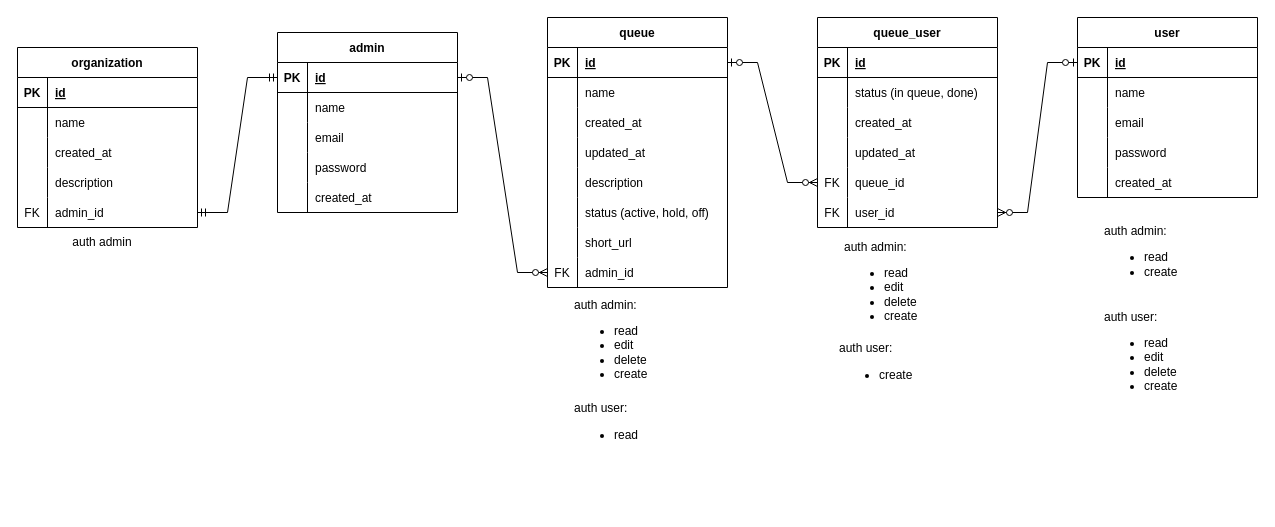
This is page "Page-2" (2 of 2) of antriin-erd.drawio from firdausraginda/antriin.id, a draw.io file, before an edit. Source tidied: cells renumbered, new cells numbered last; positions are measured from the earlier drawing's top-left corner, leaving out a move shared by most shapes. Both pictures are drawn from the tidied source at 100%, with x=0, y=0 at pixel (17, 17).
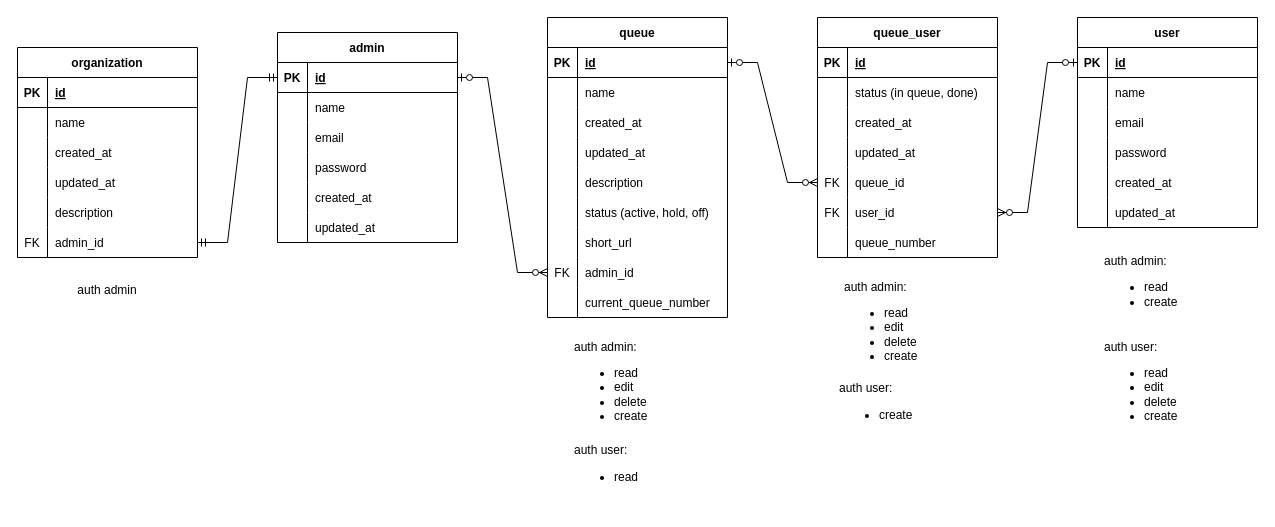
The same page after the edit.

Change to the diagram source:
```diff
@@
     <mxCell id="2" value="queue" style="shape=table;startSize=30;childLayout=tableLayout;rowLines=0;fontStyle=1;align=center;" parent="1" vertex="1">
-      <mxGeometry x="530" width="180" height="270" as="geometry" />
+      <mxGeometry x="530" width="180" height="300" as="geometry" />
     </mxCell>
@@
+    <mxCell id="105" style="shape=tableRow;horizontal=0;startSize=0;swimlaneHead=0;swimlaneBody=0;fillColor=none;top=0;left=0;right=0;bottom=0;" parent="2" vertex="1">
+      <mxGeometry y="270" width="180" height="30" as="geometry" />
+    </mxCell>
+    <mxCell id="106" style="shape=partialRectangle;fillColor=none;top=0;left=0;bottom=0;right=0;overflow=hidden;" parent="105" vertex="1">
+      <mxGeometry width="30" height="30" as="geometry" />
+    </mxCell>
+    <mxCell id="107" value="current_queue_number" style="shape=partialRectangle;fillColor=none;top=0;left=0;bottom=0;right=0;align=left;spacingLeft=6;overflow=hidden;" parent="105" vertex="1">
+      <mxGeometry x="30" width="150" height="30" as="geometry" />
+    </mxCell>
     <mxCell id="27" value="admin" style="shape=table;startSize=30;childLayout=tableLayout;rowLines=0;fontStyle=1;align=center;" parent="1" vertex="1">
-      <mxGeometry x="260" y="15" width="180" height="180" as="geometry" />
+      <mxGeometry x="260" y="15" width="180" height="210" as="geometry" />
     </mxCell>
@@
+    <mxCell id="108" style="shape=tableRow;horizontal=0;startSize=0;swimlaneHead=0;swimlaneBody=0;fillColor=none;top=0;left=0;right=0;bottom=0;" parent="27" vertex="1">
+      <mxGeometry y="180" width="180" height="30" as="geometry" />
+    </mxCell>
+    <mxCell id="109" style="shape=partialRectangle;fillColor=none;top=0;left=0;bottom=0;right=0;overflow=hidden;" parent="108" vertex="1">
+      <mxGeometry width="30" height="30" as="geometry" />
+    </mxCell>
+    <mxCell id="110" value="updated_at" style="shape=partialRectangle;fillColor=none;top=0;left=0;bottom=0;right=0;align=left;spacingLeft=6;overflow=hidden;" parent="108" vertex="1">
+      <mxGeometry x="30" width="150" height="30" as="geometry" />
+    </mxCell>
     <mxCell id="43" value="organization" style="shape=table;startSize=30;childLayout=tableLayout;rowLines=0;fontStyle=1;align=center;" parent="1" vertex="1">
-      <mxGeometry y="30" width="180" height="180" as="geometry" />
+      <mxGeometry y="30" width="180" height="210" as="geometry" />
     </mxCell>
@@
+    <mxCell id="111" style="shape=tableRow;horizontal=0;startSize=0;swimlaneHead=0;swimlaneBody=0;fillColor=none;top=0;left=0;right=0;bottom=0;" parent="43" vertex="1">
+      <mxGeometry y="120" width="180" height="30" as="geometry" />
+    </mxCell>
+    <mxCell id="112" style="shape=partialRectangle;fillColor=none;top=0;left=0;bottom=0;right=0;overflow=hidden;" parent="111" vertex="1">
+      <mxGeometry width="30" height="30" as="geometry" />
+    </mxCell>
+    <mxCell id="113" value="updated_at" style="shape=partialRectangle;fillColor=none;top=0;left=0;bottom=0;right=0;align=left;spacingLeft=6;overflow=hidden;" parent="111" vertex="1">
+      <mxGeometry x="30" width="150" height="30" as="geometry" />
+    </mxCell>
     <mxCell id="53" style="shape=tableRow;horizontal=0;startSize=0;swimlaneHead=0;swimlaneBody=0;fillColor=none;top=0;left=0;right=0;bottom=0;" parent="43" vertex="1">
-      <mxGeometry y="120" width="180" height="30" as="geometry" />
+      <mxGeometry y="150" width="180" height="30" as="geometry" />
     </mxCell>
@@
     <mxCell id="56" style="shape=tableRow;horizontal=0;startSize=0;swimlaneHead=0;swimlaneBody=0;fillColor=none;points=[[0,0.5],[1,0.5]];portConstraint=eastwest;top=0;left=0;right=0;bottom=0;" parent="43" vertex="1">
-      <mxGeometry y="150" width="180" height="30" as="geometry" />
+      <mxGeometry y="180" width="180" height="30" as="geometry" />
     </mxCell>
@@
     <mxCell id="59" value="user" style="shape=table;startSize=30;childLayout=tableLayout;rowLines=0;fontStyle=1;align=center;" parent="1" vertex="1">
-      <mxGeometry x="1060" width="180" height="180" as="geometry" />
+      <mxGeometry x="1060" width="180" height="210" as="geometry" />
     </mxCell>
@@
+    <mxCell id="114" style="shape=tableRow;horizontal=0;startSize=0;swimlaneHead=0;swimlaneBody=0;fillColor=none;top=0;left=0;right=0;bottom=0;" parent="59" vertex="1">
+      <mxGeometry y="180" width="180" height="30" as="geometry" />
+    </mxCell>
+    <mxCell id="115" style="shape=partialRectangle;fillColor=none;top=0;left=0;bottom=0;right=0;overflow=hidden;" parent="114" vertex="1">
+      <mxGeometry width="30" height="30" as="geometry" />
+    </mxCell>
+    <mxCell id="116" value="updated_at" style="shape=partialRectangle;fillColor=none;top=0;left=0;bottom=0;right=0;align=left;spacingLeft=6;overflow=hidden;" parent="114" vertex="1">
+      <mxGeometry x="30" width="150" height="30" as="geometry" />
+    </mxCell>
     <mxCell id="75" value="queue_user" style="shape=table;startSize=30;childLayout=tableLayout;rowLines=0;fontStyle=1;align=center;" parent="1" vertex="1">
-      <mxGeometry x="800" width="180" height="210" as="geometry" />
+      <mxGeometry x="800" width="180" height="240" as="geometry" />
     </mxCell>
@@
+    <mxCell id="117" style="shape=tableRow;horizontal=0;startSize=0;swimlaneHead=0;swimlaneBody=0;fillColor=none;top=0;left=0;right=0;bottom=0;" parent="75" vertex="1">
+      <mxGeometry y="210" width="180" height="30" as="geometry" />
+    </mxCell>
+    <mxCell id="118" style="shape=partialRectangle;fillColor=none;top=0;left=0;bottom=0;right=0;overflow=hidden;" parent="117" vertex="1">
+      <mxGeometry width="30" height="30" as="geometry" />
+    </mxCell>
+    <mxCell id="119" value="queue_number" style="shape=partialRectangle;fillColor=none;top=0;left=0;bottom=0;right=0;align=left;spacingLeft=6;overflow=hidden;" parent="117" vertex="1">
+      <mxGeometry x="30" width="150" height="30" as="geometry" />
+    </mxCell>
@@
     <mxCell id="98" value="auth admin" style="text;html=1;strokeColor=none;fillColor=none;align=center;verticalAlign=middle;whiteSpace=wrap;rounded=0;" parent="1" vertex="1">
-      <mxGeometry x="20" y="210" width="130" height="30" as="geometry" />
+      <mxGeometry x="25" y="258" width="130" height="30" as="geometry" />
     </mxCell>
     <mxCell id="99" value="&lt;div&gt;auth admin:&lt;/div&gt;&lt;div&gt;&lt;ul&gt;&lt;li&gt;read&lt;/li&gt;&lt;li&gt;edit&lt;/li&gt;&lt;li&gt;delete&lt;/li&gt;&lt;li&gt;create&lt;/li&gt;&lt;/ul&gt;&lt;/div&gt;" style="text;html=1;align=left;verticalAlign=middle;whiteSpace=wrap;rounded=0;" parent="1" vertex="1">
-      <mxGeometry x="555" y="288" width="130" height="80" as="geometry" />
+      <mxGeometry x="555" y="330" width="130" height="80" as="geometry" />
     </mxCell>
     <mxCell id="100" value="auth admin:&lt;br&gt;&lt;ul&gt;&lt;li&gt;read&lt;/li&gt;&lt;li&gt;edit&lt;/li&gt;&lt;li&gt;delete&lt;/li&gt;&lt;li&gt;create&lt;/li&gt;&lt;/ul&gt;" style="text;html=1;strokeColor=none;fillColor=none;align=left;verticalAlign=middle;whiteSpace=wrap;rounded=0;" parent="1" vertex="1">
-      <mxGeometry x="825" y="230" width="130" height="80" as="geometry" />
+      <mxGeometry x="825" y="270" width="130" height="80" as="geometry" />
     </mxCell>
     <mxCell id="101" value="&lt;div&gt;auth user:&lt;/div&gt;&lt;div&gt;&lt;ul&gt;&lt;li&gt;read&lt;/li&gt;&lt;/ul&gt;&lt;/div&gt;" style="text;html=1;align=left;verticalAlign=middle;whiteSpace=wrap;rounded=0;" parent="1" vertex="1">
-      <mxGeometry x="555" y="370" width="130" height="80" as="geometry" />
+      <mxGeometry x="555" y="412" width="130" height="80" as="geometry" />
     </mxCell>
     <mxCell id="102" value="auth admin:&lt;br&gt;&lt;ul&gt;&lt;li&gt;read&lt;/li&gt;&lt;li&gt;create&lt;/li&gt;&lt;/ul&gt;" style="text;html=1;strokeColor=none;fillColor=none;align=left;verticalAlign=middle;whiteSpace=wrap;rounded=0;" parent="1" vertex="1">
-      <mxGeometry x="1085" y="200" width="130" height="80" as="geometry" />
+      <mxGeometry x="1085" y="230" width="130" height="80" as="geometry" />
     </mxCell>
     <mxCell id="103" value="auth user:&lt;br&gt;&lt;ul&gt;&lt;li&gt;read&lt;/li&gt;&lt;li&gt;edit&lt;/li&gt;&lt;li&gt;delete&lt;/li&gt;&lt;li&gt;create&lt;/li&gt;&lt;/ul&gt;" style="text;html=1;strokeColor=none;fillColor=none;align=left;verticalAlign=middle;whiteSpace=wrap;rounded=0;" parent="1" vertex="1">
-      <mxGeometry x="1085" y="300" width="130" height="80" as="geometry" />
+      <mxGeometry x="1085" y="330" width="130" height="80" as="geometry" />
     </mxCell>
     <mxCell id="104" value="&lt;div&gt;auth user:&lt;/div&gt;&lt;div&gt;&lt;ul&gt;&lt;li&gt;create&lt;/li&gt;&lt;/ul&gt;&lt;/div&gt;" style="text;html=1;align=left;verticalAlign=middle;whiteSpace=wrap;rounded=0;" parent="1" vertex="1">
-      <mxGeometry x="820" y="310" width="130" height="80" as="geometry" />
+      <mxGeometry x="820" y="350" width="130" height="80" as="geometry" />
     </mxCell>
```
